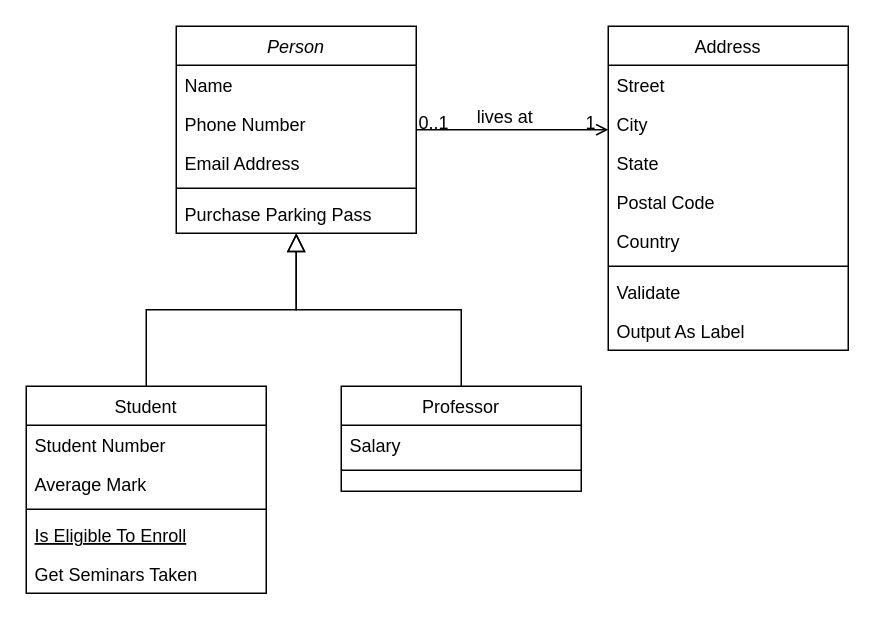
121pg1002/VRtest keeps this draw.io diagram as Content/名称未設定ファイル.drawio. Above is the earlier version. Source tidied: cells renumbered, new cells numbered last; positions are measured from the earlier drawing's top-left corner, leaving out a move shared by most shapes. Both pictures are drawn from the tidied source at 150%, with x=0, y=0 at pixel (26, 26).
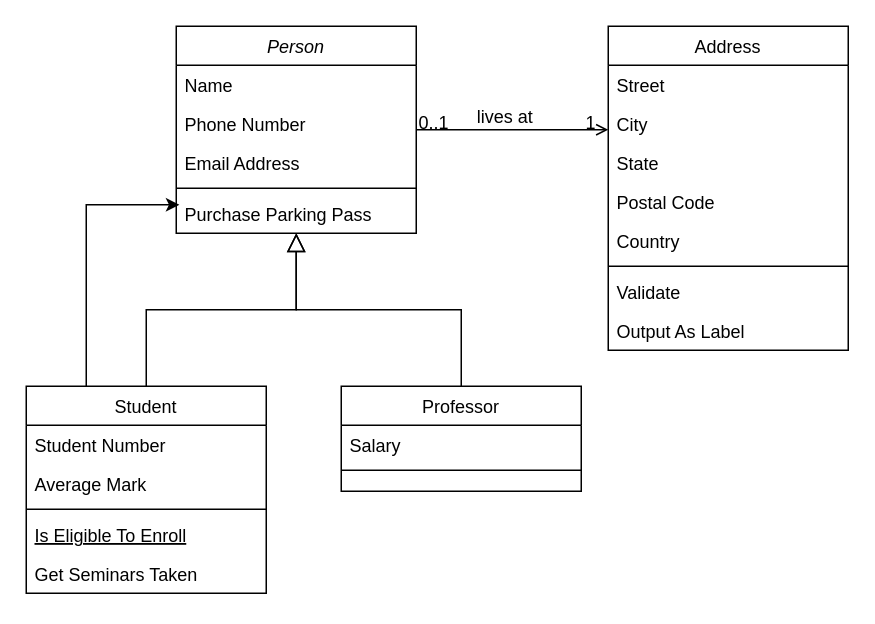
Above is the later version.

Commit message:
名称未設定ファイル.drawio を更新します

Unchanged cells that the change refers to:
```xml
<mxCell id="7" value="Purchase Parking Pass" style="text;align=left;verticalAlign=top;spacingLeft=4;spacingRight=4;overflow=hidden;points=[[0,0.5],[1,0.5]];portConstraint=eastwest;" parent="2" vertex="1">
  <mxGeometry y="112" width="160" height="26" as="geometry" />
</mxCell>
<mxCell id="8" value="Student" style="swimlane;fontStyle=0;align=center;verticalAlign=top;horizontal=1;startSize=26;rounded=0;shadow=0;strokeWidth=1;" parent="1" vertex="1">
  <mxGeometry y="240" width="160" height="138" as="geometry" />
</mxCell>
```

Change to the diagram source:
```diff
@@
+    <mxCell id="32" style="edgeStyle=orthogonalEdgeStyle;rounded=0;jettySize=auto;html=1;exitX=0.25;exitY=0;exitDx=0;exitDy=0;entryX=0.013;entryY=0.269;entryDx=0;entryDy=0;entryPerimeter=0;" parent="1" edge="1" source="8" target="7">
+      <mxGeometry relative="1" as="geometry" />
+    </mxCell>
```
